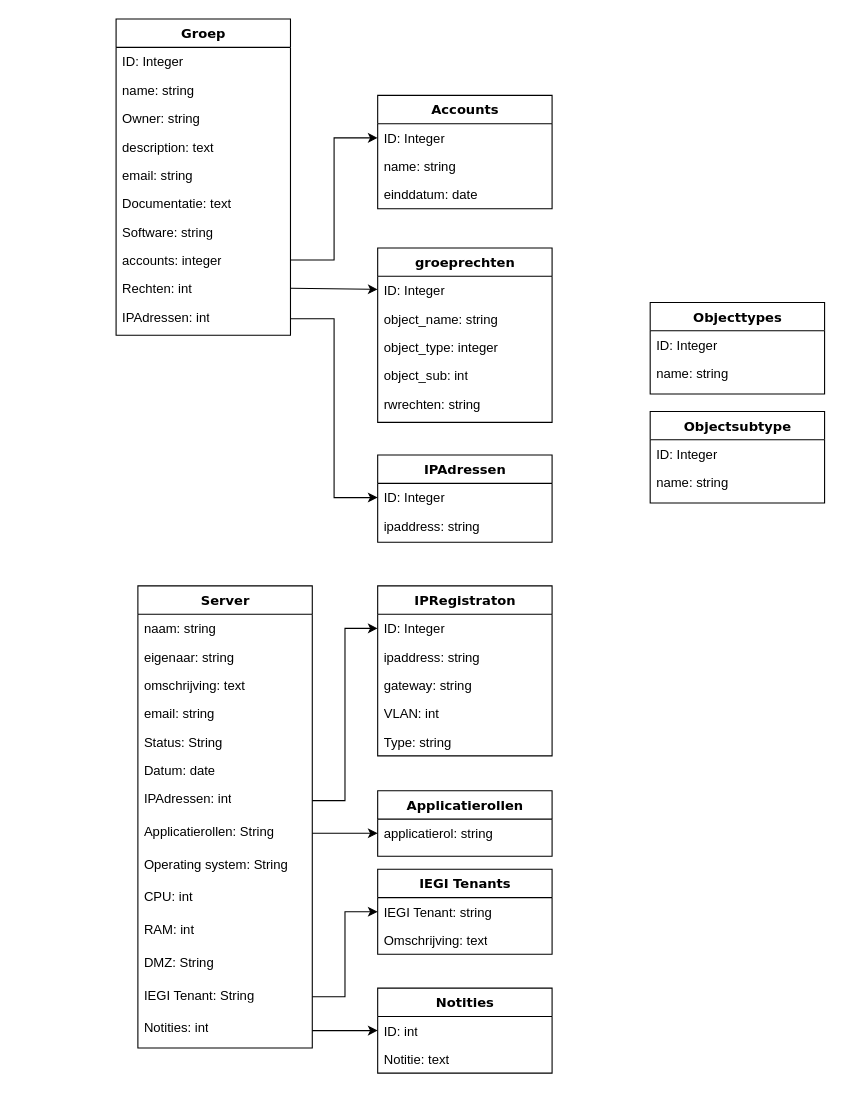
Above: dbdesign.drawio in hansminix/api_db (draw.io), before the change. Source tidied: cells renumbered, new cells numbered last; positions are measured from the earlier drawing's top-left corner, leaving out a move shared by most shapes. Both pictures are drawn from the tidied source at 109%, with x=0, y=0 at pixel (116, 19).
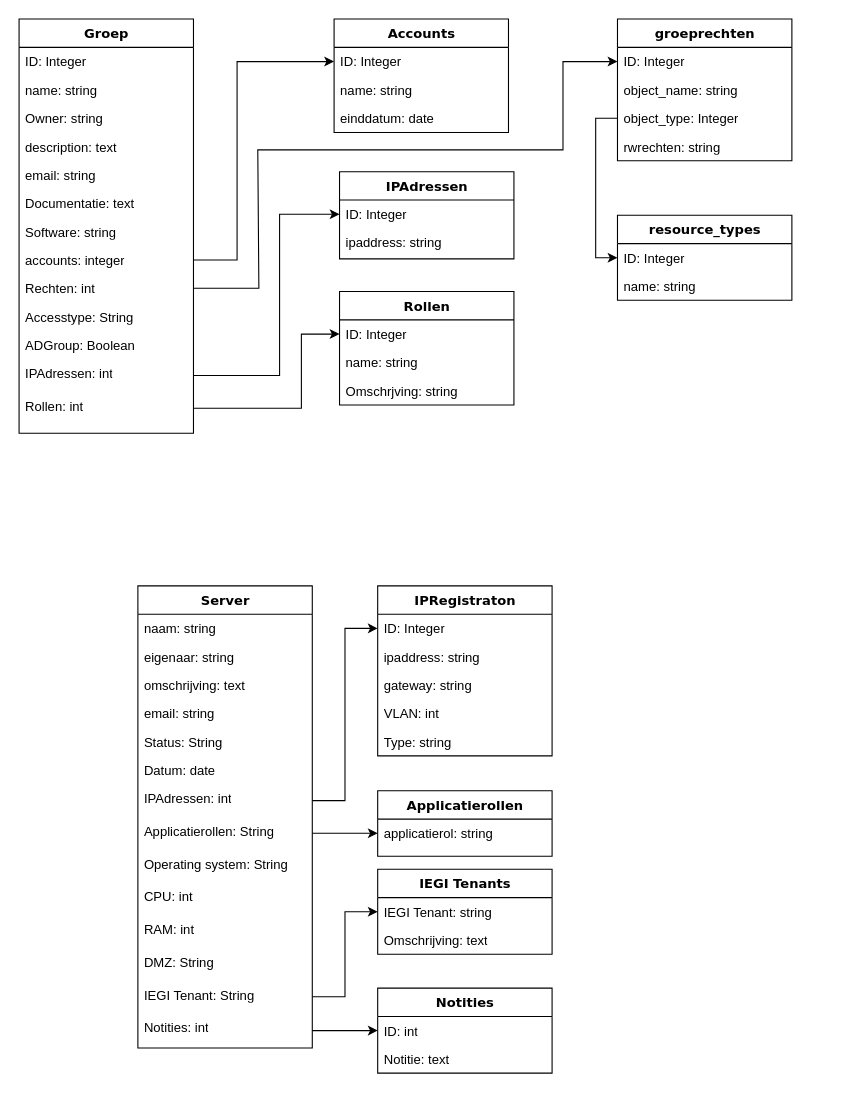
The same page after the edit.

The change refers to these unchanged cells:
```xml
<mxCell id="10" value="accounts: integer" style="text;html=1;strokeColor=none;fillColor=none;align=left;verticalAlign=top;spacingLeft=4;spacingRight=4;whiteSpace=wrap;overflow=hidden;points=[[0,0.5],[1,0.5]];portConstraint=eastwest;" parent="2" vertex="1">
  <mxGeometry y="208" width="160" height="26" as="geometry" />
</mxCell>
<mxCell id="11" value="Rechten: int" style="text;html=1;strokeColor=none;fillColor=none;align=left;verticalAlign=top;spacingLeft=4;spacingRight=4;whiteSpace=wrap;overflow=hidden;points=[[0,0.5],[1,0.5]];portConstraint=eastwest;" parent="2" vertex="1">
  <mxGeometry y="234" width="160" height="26" as="geometry" />
</mxCell>
<mxCell id="14" value="ID: Integer" style="text;html=1;strokeColor=none;fillColor=none;align=left;verticalAlign=top;spacingLeft=4;spacingRight=4;whiteSpace=wrap;overflow=hidden;points=[[0,0.5],[1,0.5]];portConstraint=eastwest;" parent="13" vertex="1">
  <mxGeometry y="26" width="160" height="26" as="geometry" />
</mxCell>
<mxCell id="19" value="ID: Integer" style="text;html=1;strokeColor=none;fillColor=none;align=left;verticalAlign=top;spacingLeft=4;spacingRight=4;whiteSpace=wrap;overflow=hidden;points=[[0,0.5],[1,0.5]];portConstraint=eastwest;" parent="18" vertex="1">
  <mxGeometry y="26" width="160" height="26" as="geometry" />
</mxCell>
<mxCell id="26" value="ID: Integer" style="text;html=1;strokeColor=none;fillColor=none;align=left;verticalAlign=top;spacingLeft=4;spacingRight=4;whiteSpace=wrap;overflow=hidden;points=[[0,0.5],[1,0.5]];portConstraint=eastwest;" parent="25" vertex="1">
  <mxGeometry y="26" width="160" height="26" as="geometry" />
</mxCell>
<mxCell id="30" value="ID: Integer" style="text;html=1;strokeColor=none;fillColor=none;align=left;verticalAlign=top;spacingLeft=4;spacingRight=4;whiteSpace=wrap;overflow=hidden;points=[[0,0.5],[1,0.5]];portConstraint=eastwest;" parent="29" vertex="1">
  <mxGeometry y="26" width="160" height="26" as="geometry" />
</mxCell>
```

The edit, as a diff of the source:
```diff
@@
     <mxCell id="2" value="Groep" style="swimlane;html=1;fontStyle=1;align=center;verticalAlign=top;horizontal=1;startSize=26;swimlaneFillColor=#ffffff;rounded=0;shadow=0;comic=0;labelBackgroundColor=none;strokeWidth=1;fillColor=none;fontFamily=Verdana;fontSize=12;" parent="1" vertex="1">
-      <mxGeometry width="160" height="290" as="geometry" />
+      <mxGeometry x="-89" width="160" height="380" as="geometry" />
     </mxCell>
@@
+    <mxCell id="68" value="Accesstype: String" style="text;html=1;strokeColor=none;fillColor=none;align=left;verticalAlign=top;spacingLeft=4;spacingRight=4;whiteSpace=wrap;overflow=hidden;" parent="2" vertex="1">
+      <mxGeometry y="260" width="160" height="26" as="geometry" />
+    </mxCell>
+    <mxCell id="69" value="ADGroup: Boolean" style="text;html=1;strokeColor=none;fillColor=none;align=left;verticalAlign=top;spacingLeft=4;spacingRight=4;whiteSpace=wrap;overflow=hidden;" parent="2" vertex="1">
+      <mxGeometry y="286" width="160" height="26" as="geometry" />
+    </mxCell>
     <mxCell id="12" value="IPAdressen: int" style="text;html=1;strokeColor=none;fillColor=none;align=left;verticalAlign=top;spacingLeft=4;spacingRight=4;whiteSpace=wrap;overflow=hidden;points=[[0,0.5],[1,0.5]];portConstraint=eastwest;" parent="2" vertex="1">
-      <mxGeometry y="260" width="160" height="30" as="geometry" />
+      <mxGeometry y="312" width="160" height="30" as="geometry" />
     </mxCell>
+    <mxCell id="70" value="Rollen: int" style="text;html=1;strokeColor=none;fillColor=none;align=left;verticalAlign=top;spacingLeft=4;spacingRight=4;whiteSpace=wrap;overflow=hidden;points=[[0,0.5],[1,0.5]];portConstraint=eastwest;" parent="2" vertex="1">
+      <mxGeometry y="342" width="160" height="30" as="geometry" />
+    </mxCell>
     <mxCell id="13" value="Accounts" style="swimlane;html=1;fontStyle=1;align=center;verticalAlign=top;horizontal=1;startSize=26;swimlaneFillColor=#ffffff;rounded=0;shadow=0;comic=0;labelBackgroundColor=none;strokeWidth=1;fillColor=none;fontFamily=Verdana;fontSize=12;" parent="1" vertex="1">
-      <mxGeometry x="240" y="70" width="160" height="104" as="geometry" />
+      <mxGeometry x="200" width="160" height="104" as="geometry" />
     </mxCell>
@@
     <mxCell id="17" style="endArrow=classic;html=1;rounded=0;entryX=0;entryY=0.5;entryDx=0;entryDy=0;" parent="1" edge="1" source="10" target="14">
       <mxGeometry relative="1" as="geometry">
         <Array as="points">
-          <mxPoint x="200" y="221" />
-          <mxPoint x="200" y="109" />
+          <mxPoint x="111" y="221" />
+          <mxPoint x="111" y="39" />
         </Array>
       </mxGeometry>
     </mxCell>
     <mxCell id="18" value="groeprechten" style="swimlane;html=1;fontStyle=1;align=center;verticalAlign=top;horizontal=1;startSize=26;swimlaneFillColor=#ffffff;rounded=0;shadow=0;comic=0;labelBackgroundColor=none;strokeWidth=1;fillColor=none;fontFamily=Verdana;fontSize=12;" parent="1" vertex="1">
-      <mxGeometry x="240" y="210" width="160" height="160" as="geometry" />
+      <mxGeometry x="460" width="160" height="130" as="geometry" />
     </mxCell>
@@
-    <mxCell id="21" value="object_type: integer" style="text;html=1;strokeColor=none;fillColor=none;align=left;verticalAlign=top;spacingLeft=4;spacingRight=4;whiteSpace=wrap;overflow=hidden;points=[[0,0.5],[1,0.5]];portConstraint=eastwest;" parent="18" vertex="1">
+    <mxCell id="21" value="object_type: Integer" style="text;html=1;strokeColor=none;fillColor=none;align=left;verticalAlign=top;spacingLeft=4;spacingRight=4;whiteSpace=wrap;overflow=hidden;points=[[0,0.5],[1,0.5]];portConstraint=eastwest;" parent="18" vertex="1">
       <mxGeometry y="78" width="160" height="26" as="geometry" />
     </mxCell>
-    <mxCell id="22" value="object_sub: int" style="text;html=1;strokeColor=none;fillColor=none;align=left;verticalAlign=top;spacingLeft=4;spacingRight=4;whiteSpace=wrap;overflow=hidden;" parent="18" vertex="1">
-      <mxGeometry y="104" width="160" height="26" as="geometry" />
-    </mxCell>
     <mxCell id="23" value="rwrechten: string" style="text;html=1;strokeColor=none;fillColor=none;align=left;verticalAlign=top;spacingLeft=4;spacingRight=4;whiteSpace=wrap;overflow=hidden;" parent="18" vertex="1">
-      <mxGeometry y="130" width="160" height="26" as="geometry" />
+      <mxGeometry y="104" width="160" height="26" as="geometry" />
     </mxCell>
-    <mxCell id="24" style="endArrow=classic;html=1;rounded=0;exitX=1;exitY=0.5;exitDx=0;exitDy=0;" parent="1" edge="1" source="11" target="19">
-      <mxGeometry relative="1" as="geometry" />
+    <mxCell id="24" style="endArrow=classic;html=1;rounded=0;exitX=1;exitY=0.5;exitDx=0;exitDy=0;entryX=0;entryY=0.5;entryDx=0;entryDy=0;" parent="1" edge="1" source="11" target="19">
+      <mxGeometry relative="1" as="geometry">
+        <Array as="points">
+          <mxPoint x="131" y="247" />
+          <mxPoint x="130" y="120" />
+          <mxPoint x="410" y="120" />
+          <mxPoint x="410" y="39" />
+        </Array>
+      </mxGeometry>
     </mxCell>
     <mxCell id="25" value="IPAdressen" style="swimlane;html=1;fontStyle=1;align=center;verticalAlign=top;horizontal=1;startSize=26;swimlaneFillColor=#ffffff;rounded=0;shadow=0;comic=0;labelBackgroundColor=none;strokeWidth=1;fillColor=none;fontFamily=Verdana;fontSize=12;" parent="1" vertex="1">
-      <mxGeometry x="240" y="400" width="160" height="80" as="geometry" />
+      <mxGeometry x="205" y="140" width="160" height="80" as="geometry" />
     </mxCell>
@@
     <mxCell id="28" style="endArrow=classic;html=1;rounded=0;exitX=1;exitY=0.5;exitDx=0;exitDy=0;entryX=0;entryY=0.5;entryDx=0;entryDy=0;" parent="1" edge="1" source="12" target="26">
       <mxGeometry relative="1" as="geometry">
         <Array as="points">
-          <mxPoint x="200" y="275" />
-          <mxPoint x="200" y="439" />
+          <mxPoint x="110" y="327" />
+          <mxPoint x="150" y="327" />
+          <mxPoint x="150" y="275" />
+          <mxPoint x="150" y="179" />
         </Array>
       </mxGeometry>
     </mxCell>
-    <mxCell id="29" value="Objecttypes" style="swimlane;html=1;fontStyle=1;align=center;verticalAlign=top;horizontal=1;startSize=26;swimlaneFillColor=#ffffff;rounded=0;shadow=0;comic=0;labelBackgroundColor=none;strokeWidth=1;fillColor=none;fontFamily=Verdana;fontSize=12;" parent="1" vertex="1">
-      <mxGeometry x="490" y="260" width="160" height="84" as="geometry" />
+    <mxCell id="29" value="resource_types" style="swimlane;html=1;fontStyle=1;align=center;verticalAlign=top;horizontal=1;startSize=26;swimlaneFillColor=#ffffff;rounded=0;shadow=0;comic=0;labelBackgroundColor=none;strokeWidth=1;fillColor=none;fontFamily=Verdana;fontSize=12;" parent="1" vertex="1">
+      <mxGeometry x="460" y="180" width="160" height="78" as="geometry" />
     </mxCell>
@@
-    <mxCell id="32" value="Objectsubtype" style="swimlane;html=1;fontStyle=1;align=center;verticalAlign=top;horizontal=1;startSize=26;swimlaneFillColor=#ffffff;rounded=0;shadow=0;comic=0;labelBackgroundColor=none;strokeWidth=1;fillColor=none;fontFamily=Verdana;fontSize=12;" parent="1" vertex="1">
-      <mxGeometry x="490" y="360" width="160" height="84" as="geometry" />
-    </mxCell>
-    <mxCell id="33" value="ID: Integer" style="text;html=1;strokeColor=none;fillColor=none;align=left;verticalAlign=top;spacingLeft=4;spacingRight=4;whiteSpace=wrap;overflow=hidden;points=[[0,0.5],[1,0.5]];portConstraint=eastwest;" parent="32" vertex="1">
-      <mxGeometry y="26" width="160" height="26" as="geometry" />
-    </mxCell>
-    <mxCell id="34" value="name: string" style="text;html=1;strokeColor=none;fillColor=none;align=left;verticalAlign=top;spacingLeft=4;spacingRight=4;whiteSpace=wrap;overflow=hidden;" parent="32" vertex="1">
-      <mxGeometry y="52" width="160" height="26" as="geometry" />
-    </mxCell>
@@
+    <mxCell id="71" value="Rollen" style="swimlane;html=1;fontStyle=1;align=center;verticalAlign=top;horizontal=1;startSize=26;swimlaneFillColor=#ffffff;rounded=0;shadow=0;comic=0;labelBackgroundColor=none;strokeWidth=1;fillColor=none;fontFamily=Verdana;fontSize=12;" parent="1" vertex="1">
+      <mxGeometry x="205" y="250" width="160" height="104" as="geometry" />
+    </mxCell>
+    <mxCell id="33" value="ID: Integer" style="text;html=1;strokeColor=none;fillColor=none;align=left;verticalAlign=top;spacingLeft=4;spacingRight=4;whiteSpace=wrap;overflow=hidden;points=[[0,0.5],[1,0.5]];portConstraint=eastwest;" parent="71" vertex="1">
+      <mxGeometry y="26" width="160" height="26" as="geometry" />
+    </mxCell>
+    <mxCell id="34" value="name: string" style="text;html=1;strokeColor=none;fillColor=none;align=left;verticalAlign=top;spacingLeft=4;spacingRight=4;whiteSpace=wrap;overflow=hidden;" parent="71" vertex="1">
+      <mxGeometry y="52" width="160" height="26" as="geometry" />
+    </mxCell>
+    <mxCell id="72" value="Omschrjving: string" style="text;html=1;strokeColor=none;fillColor=none;align=left;verticalAlign=top;spacingLeft=4;spacingRight=4;whiteSpace=wrap;overflow=hidden;" parent="71" vertex="1">
+      <mxGeometry y="78" width="160" height="26" as="geometry" />
+    </mxCell>
+    <mxCell id="73" style="edgeStyle=orthogonalEdgeStyle;rounded=0;jettySize=auto;html=1;exitX=1;exitY=0.5;exitDx=0;exitDy=0;entryX=0;entryY=0.5;entryDx=0;entryDy=0;" parent="1" edge="1" source="70" target="33">
+      <mxGeometry relative="1" as="geometry">
+        <Array as="points">
+          <mxPoint x="170" y="357" />
+          <mxPoint x="170" y="289" />
+        </Array>
+      </mxGeometry>
+    </mxCell>
+    <mxCell id="74" style="edgeStyle=orthogonalEdgeStyle;rounded=0;jettySize=auto;html=1;exitX=0;exitY=0.5;exitDx=0;exitDy=0;entryX=0;entryY=0.5;entryDx=0;entryDy=0;" parent="1" edge="1" source="21" target="30">
+      <mxGeometry relative="1" as="geometry" />
+    </mxCell>
```
